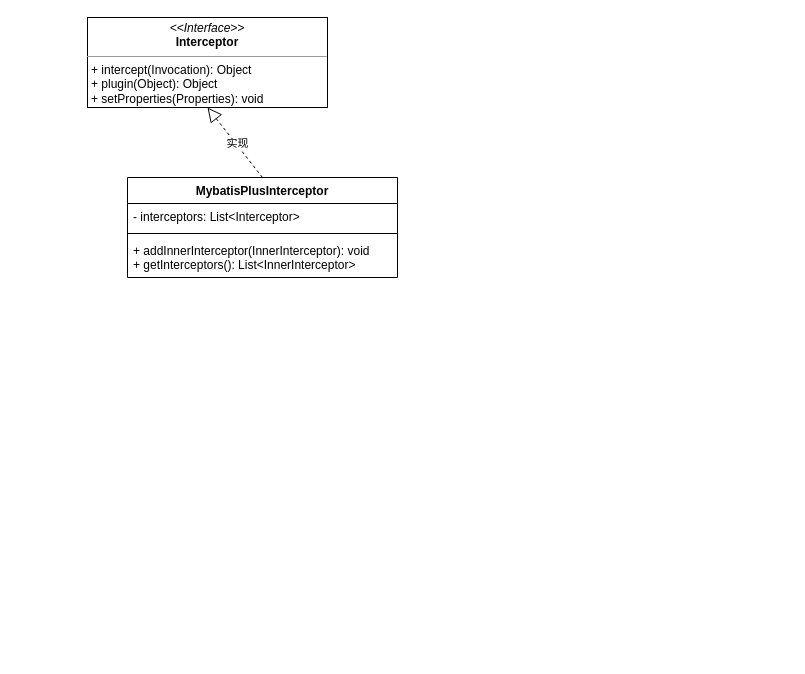
Before: page "类图" (1 of 3) of mybatis/doc/MybatisPlugsIntercepter.drawio in JL-Code/thinking-in-java, a draw.io diagram. Source tidied: cells renumbered, new cells numbered last; positions are measured from the earlier drawing's top-left corner, leaving out a move shared by most shapes. Both pictures are drawn from the tidied source at 100%, with x=0, y=0 at pixel (87, 17).
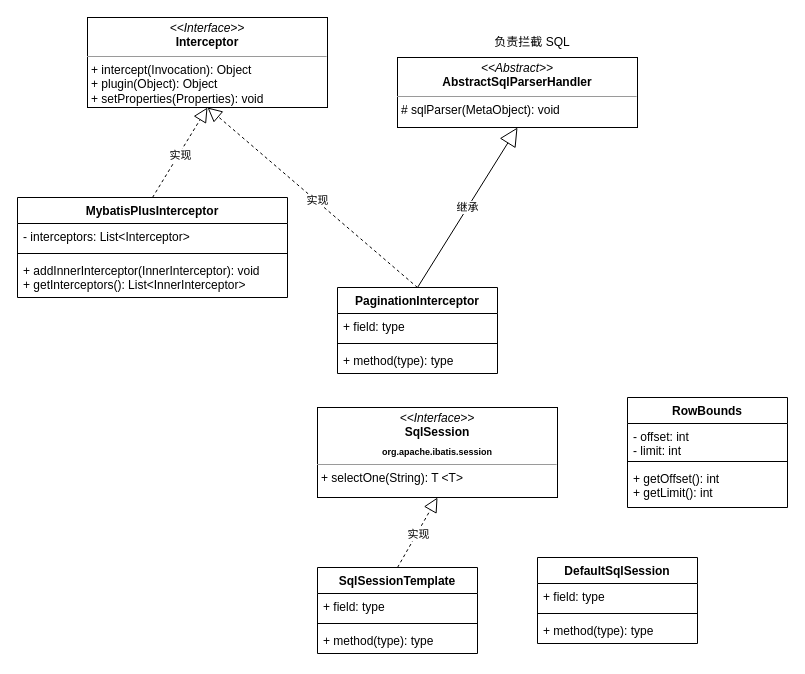
After the change.

What changed in the source:
```diff
@@
+    <mxCell id="6" value="&lt;p style=&quot;margin: 0px ; margin-top: 4px ; text-align: center&quot;&gt;&lt;i&gt;&amp;lt;&amp;lt;Interface&amp;gt;&amp;gt;&lt;/i&gt;&lt;br&gt;&lt;b&gt;Interceptor&lt;/b&gt;&lt;/p&gt;&lt;hr size=&quot;1&quot;&gt;&lt;p style=&quot;margin: 0px ; margin-left: 4px&quot;&gt;+ intercept(Invocation): Object&lt;/p&gt;&lt;p style=&quot;margin: 0px ; margin-left: 4px&quot;&gt;+ plugin(Object): Object&lt;/p&gt;&lt;p style=&quot;margin: 0px ; margin-left: 4px&quot;&gt;+ setProperties(Properties): void&lt;/p&gt;" style="verticalAlign=top;align=left;overflow=fill;fontSize=12;fontFamily=Helvetica;html=1;" parent="1" vertex="1">
+      <mxGeometry width="240" height="90" as="geometry" />
+    </mxCell>
+    <mxCell id="7" style="endArrow=block;dashed=1;endFill=0;endSize=12;html=1;entryX=0.5;entryY=1;entryDx=0;entryDy=0;exitX=0.5;exitY=0;exitDx=0;exitDy=0;" parent="1" edge="1" source="2" target="6">
+      <mxGeometry relative="1" as="geometry" />
+    </mxCell>
+    <mxCell id="8" value="实现" style="edgeLabel;html=1;align=center;verticalAlign=middle;" parent="7" vertex="1">
+      <mxGeometry x="-0.04" y="-1" relative="1" as="geometry" />
+    </mxCell>
     <mxCell id="2" value="MybatisPlusInterceptor" style="swimlane;fontStyle=1;align=center;verticalAlign=top;horizontal=1;startSize=26;" parent="1" vertex="1">
-      <mxGeometry x="40" y="160" width="270" height="100" as="geometry" />
+      <mxGeometry x="-70" y="180" width="270" height="100" as="geometry" />
     </mxCell>
@@
-    <mxCell id="6" value="&lt;p style=&quot;margin: 0px ; margin-top: 4px ; text-align: center&quot;&gt;&lt;i&gt;&amp;lt;&amp;lt;Interface&amp;gt;&amp;gt;&lt;/i&gt;&lt;br&gt;&lt;b&gt;Interceptor&lt;/b&gt;&lt;/p&gt;&lt;hr size=&quot;1&quot;&gt;&lt;p style=&quot;margin: 0px ; margin-left: 4px&quot;&gt;+ intercept(Invocation): Object&lt;/p&gt;&lt;p style=&quot;margin: 0px ; margin-left: 4px&quot;&gt;+ plugin(Object): Object&lt;/p&gt;&lt;p style=&quot;margin: 0px ; margin-left: 4px&quot;&gt;+ setProperties(Properties): void&lt;/p&gt;" style="verticalAlign=top;align=left;overflow=fill;fontSize=12;fontFamily=Helvetica;html=1;" parent="1" vertex="1">
-      <mxGeometry width="240" height="90" as="geometry" />
-    </mxCell>
-    <mxCell id="7" style="endArrow=block;dashed=1;endFill=0;endSize=12;html=1;entryX=0.5;entryY=1;entryDx=0;entryDy=0;exitX=0.5;exitY=0;exitDx=0;exitDy=0;" parent="1" edge="1" source="2" target="6">
-      <mxGeometry relative="1" as="geometry" />
-    </mxCell>
-    <mxCell id="8" value="实现" style="edgeLabel;html=1;align=center;verticalAlign=middle;" parent="7" vertex="1">
-      <mxGeometry x="-0.04" y="-1" relative="1" as="geometry" />
-    </mxCell>
+    <mxCell id="9" value="&lt;p style=&quot;margin: 0px ; margin-top: 4px ; text-align: center&quot;&gt;&lt;i&gt;&amp;lt;&amp;lt;Abstract&amp;gt;&amp;gt;&lt;/i&gt;&lt;br&gt;&lt;b&gt;AbstractSqlParserHandler&lt;/b&gt;&lt;/p&gt;&lt;hr size=&quot;1&quot;&gt;&lt;p style=&quot;margin: 0px ; margin-left: 4px&quot;&gt;# sqlParser(MetaObject): void&lt;/p&gt;" style="verticalAlign=top;align=left;overflow=fill;fontSize=12;fontFamily=Helvetica;html=1;" parent="1" vertex="1">
+      <mxGeometry x="310" y="40" width="240" height="70" as="geometry" />
+    </mxCell>
+    <mxCell id="10" value="负责拦截&amp;nbsp;SQL" style="text;html=1;strokeColor=none;fillColor=none;align=center;verticalAlign=middle;whiteSpace=wrap;rounded=0;" parent="1" vertex="1">
+      <mxGeometry x="400" y="20" width="90" height="10" as="geometry" />
+    </mxCell>
+    <mxCell id="11" style="endArrow=block;dashed=1;endFill=0;endSize=12;html=1;entryX=0.5;entryY=1;entryDx=0;entryDy=0;exitX=0.5;exitY=0;exitDx=0;exitDy=0;" parent="1" edge="1" source="13" target="6">
+      <mxGeometry relative="1" as="geometry" />
+    </mxCell>
+    <mxCell id="12" value="实现" style="edgeLabel;html=1;align=center;verticalAlign=middle;" parent="11" vertex="1">
+      <mxGeometry x="-0.04" y="-1" relative="1" as="geometry" />
+    </mxCell>
+    <mxCell id="13" value="PaginationInterceptor" style="swimlane;fontStyle=1;align=center;verticalAlign=top;horizontal=1;startSize=26;" parent="1" vertex="1">
+      <mxGeometry x="250" y="270" width="160" height="86" as="geometry" />
+    </mxCell>
+    <mxCell id="14" value="+ field: type" style="text;strokeColor=none;fillColor=none;align=left;verticalAlign=top;spacingLeft=4;spacingRight=4;overflow=hidden;" parent="13" vertex="1">
+      <mxGeometry y="26" width="160" height="26" as="geometry" />
+    </mxCell>
+    <mxCell id="15" style="line;strokeWidth=1;fillColor=none;align=left;verticalAlign=middle;spacingTop=-1;spacingLeft=3;spacingRight=3;labelPosition=right;" parent="13" vertex="1">
+      <mxGeometry y="52" width="160" height="8" as="geometry" />
+    </mxCell>
+    <mxCell id="16" value="+ method(type): type" style="text;strokeColor=none;fillColor=none;align=left;verticalAlign=top;spacingLeft=4;spacingRight=4;overflow=hidden;" parent="13" vertex="1">
+      <mxGeometry y="60" width="160" height="26" as="geometry" />
+    </mxCell>
+    <mxCell id="17" value="继承" style="endArrow=block;endSize=16;endFill=0;html=1;exitX=0.5;exitY=0;exitDx=0;exitDy=0;entryX=0.5;entryY=1;entryDx=0;entryDy=0;" parent="1" edge="1" source="13" target="9">
+      <mxGeometry relative="1" as="geometry" />
+    </mxCell>
+    <mxCell id="18" value="&lt;p style=&quot;margin: 0px ; margin-top: 4px ; text-align: center&quot;&gt;&lt;i&gt;&amp;lt;&amp;lt;Interface&amp;gt;&amp;gt;&lt;/i&gt;&lt;br&gt;&lt;b&gt;SqlSession&lt;/b&gt;&lt;/p&gt;&lt;p style=&quot;margin: 0px ; margin-top: 4px ; text-align: center&quot;&gt;&lt;b&gt;&lt;font style=&quot;font-size: 9px&quot;&gt;org.apache.ibatis.session&lt;/font&gt;&lt;/b&gt;&lt;/p&gt;&lt;hr size=&quot;1&quot;&gt;&lt;p style=&quot;margin: 0px ; margin-left: 4px&quot;&gt;+&amp;nbsp;selectOne(String): T &amp;lt;T&amp;gt;&lt;/p&gt;" style="verticalAlign=top;align=left;overflow=fill;fontSize=12;fontFamily=Helvetica;html=1;" parent="1" vertex="1">
+      <mxGeometry x="230" y="390" width="240" height="90" as="geometry" />
+    </mxCell>
+    <mxCell id="19" value="SqlSessionTemplate" style="swimlane;fontStyle=1;align=center;verticalAlign=top;horizontal=1;startSize=26;" parent="1" vertex="1">
+      <mxGeometry x="230" y="550" width="160" height="86" as="geometry" />
+    </mxCell>
+    <mxCell id="20" value="+ field: type" style="text;strokeColor=none;fillColor=none;align=left;verticalAlign=top;spacingLeft=4;spacingRight=4;overflow=hidden;" parent="19" vertex="1">
+      <mxGeometry y="26" width="160" height="26" as="geometry" />
+    </mxCell>
+    <mxCell id="21" style="line;strokeWidth=1;fillColor=none;align=left;verticalAlign=middle;spacingTop=-1;spacingLeft=3;spacingRight=3;labelPosition=right;" parent="19" vertex="1">
+      <mxGeometry y="52" width="160" height="8" as="geometry" />
+    </mxCell>
+    <mxCell id="22" value="+ method(type): type" style="text;strokeColor=none;fillColor=none;align=left;verticalAlign=top;spacingLeft=4;spacingRight=4;overflow=hidden;" parent="19" vertex="1">
+      <mxGeometry y="60" width="160" height="26" as="geometry" />
+    </mxCell>
+    <mxCell id="23" style="endArrow=block;dashed=1;endFill=0;endSize=12;html=1;entryX=0.5;entryY=1;entryDx=0;entryDy=0;exitX=0.5;exitY=0;exitDx=0;exitDy=0;" parent="1" edge="1" source="19" target="18">
+      <mxGeometry relative="1" as="geometry" />
+    </mxCell>
+    <mxCell id="24" value="实现" style="edgeLabel;html=1;align=center;verticalAlign=middle;" parent="23" vertex="1">
+      <mxGeometry x="-0.04" y="-1" relative="1" as="geometry" />
+    </mxCell>
+    <mxCell id="25" value="DefaultSqlSession" style="swimlane;fontStyle=1;align=center;verticalAlign=top;horizontal=1;startSize=26;" parent="1" vertex="1">
+      <mxGeometry x="450" y="540" width="160" height="86" as="geometry" />
+    </mxCell>
+    <mxCell id="26" value="+ field: type" style="text;strokeColor=none;fillColor=none;align=left;verticalAlign=top;spacingLeft=4;spacingRight=4;overflow=hidden;" parent="25" vertex="1">
+      <mxGeometry y="26" width="160" height="26" as="geometry" />
+    </mxCell>
+    <mxCell id="27" style="line;strokeWidth=1;fillColor=none;align=left;verticalAlign=middle;spacingTop=-1;spacingLeft=3;spacingRight=3;labelPosition=right;" parent="25" vertex="1">
+      <mxGeometry y="52" width="160" height="8" as="geometry" />
+    </mxCell>
+    <mxCell id="28" value="+ method(type): type" style="text;strokeColor=none;fillColor=none;align=left;verticalAlign=top;spacingLeft=4;spacingRight=4;overflow=hidden;" parent="25" vertex="1">
+      <mxGeometry y="60" width="160" height="26" as="geometry" />
+    </mxCell>
+    <mxCell id="29" value="RowBounds" style="swimlane;fontStyle=1;align=center;verticalAlign=top;horizontal=1;startSize=26;" parent="1" vertex="1">
+      <mxGeometry x="540" y="380" width="160" height="110" as="geometry" />
+    </mxCell>
+    <mxCell id="30" value="- offset: int&#10;- limit: int" style="text;strokeColor=none;fillColor=none;align=left;verticalAlign=top;spacingLeft=4;spacingRight=4;overflow=hidden;" parent="29" vertex="1">
+      <mxGeometry y="26" width="160" height="34" as="geometry" />
+    </mxCell>
+    <mxCell id="31" style="line;strokeWidth=1;fillColor=none;align=left;verticalAlign=middle;spacingTop=-1;spacingLeft=3;spacingRight=3;labelPosition=right;" parent="29" vertex="1">
+      <mxGeometry y="60" width="160" height="8" as="geometry" />
+    </mxCell>
+    <mxCell id="32" value="+ getOffset(): int&#10;+ getLimit(): int" style="text;strokeColor=none;fillColor=none;align=left;verticalAlign=top;spacingLeft=4;spacingRight=4;overflow=hidden;" parent="29" vertex="1">
+      <mxGeometry y="68" width="160" height="42" as="geometry" />
+    </mxCell>
```
